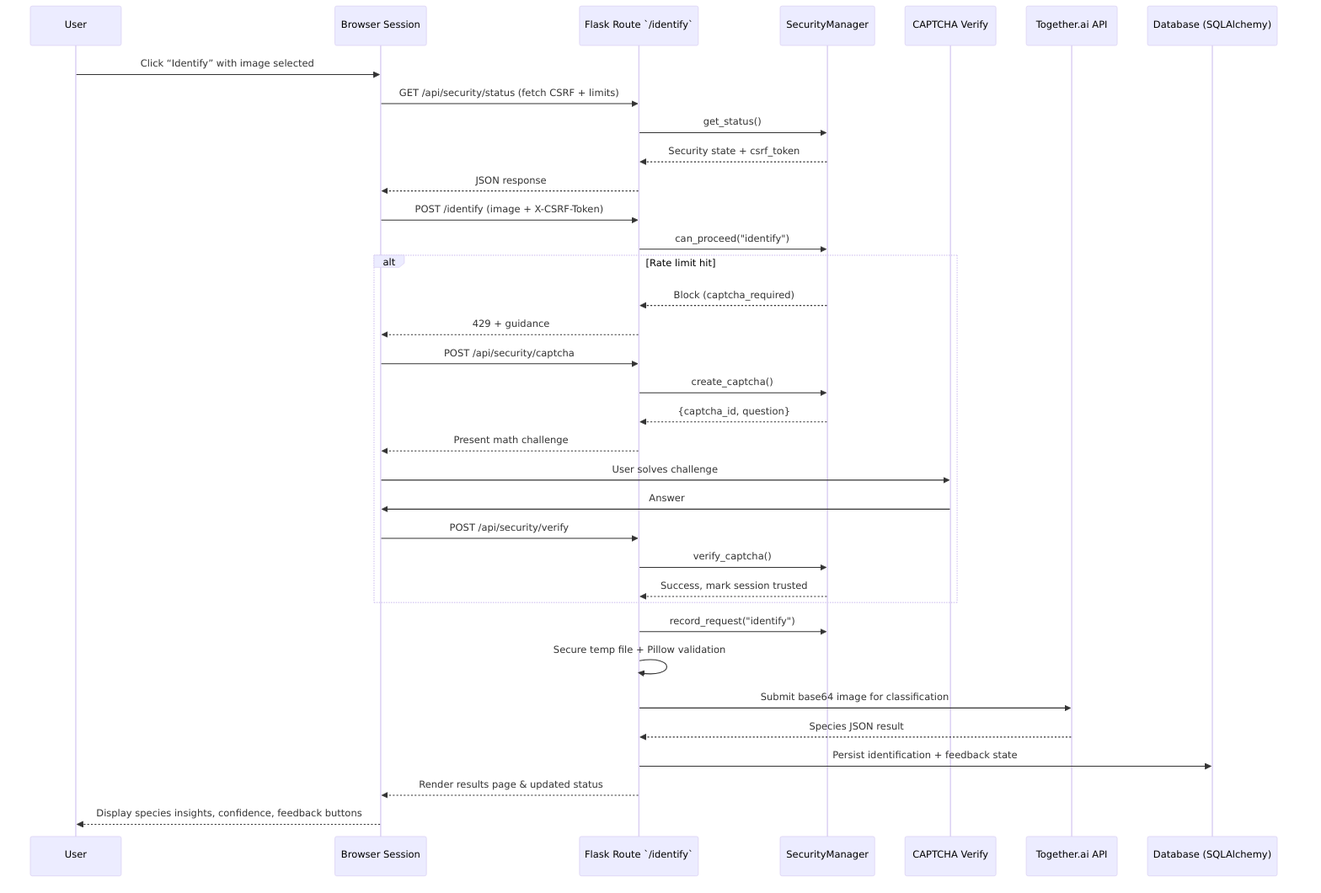
Earlier version of the Mermaid export public/images/security-flow.png (Red-Turtles/Proof-Of-Concept-Demo). Its source is kept beside it as docs/diagram_sources/security-flow.mmd.
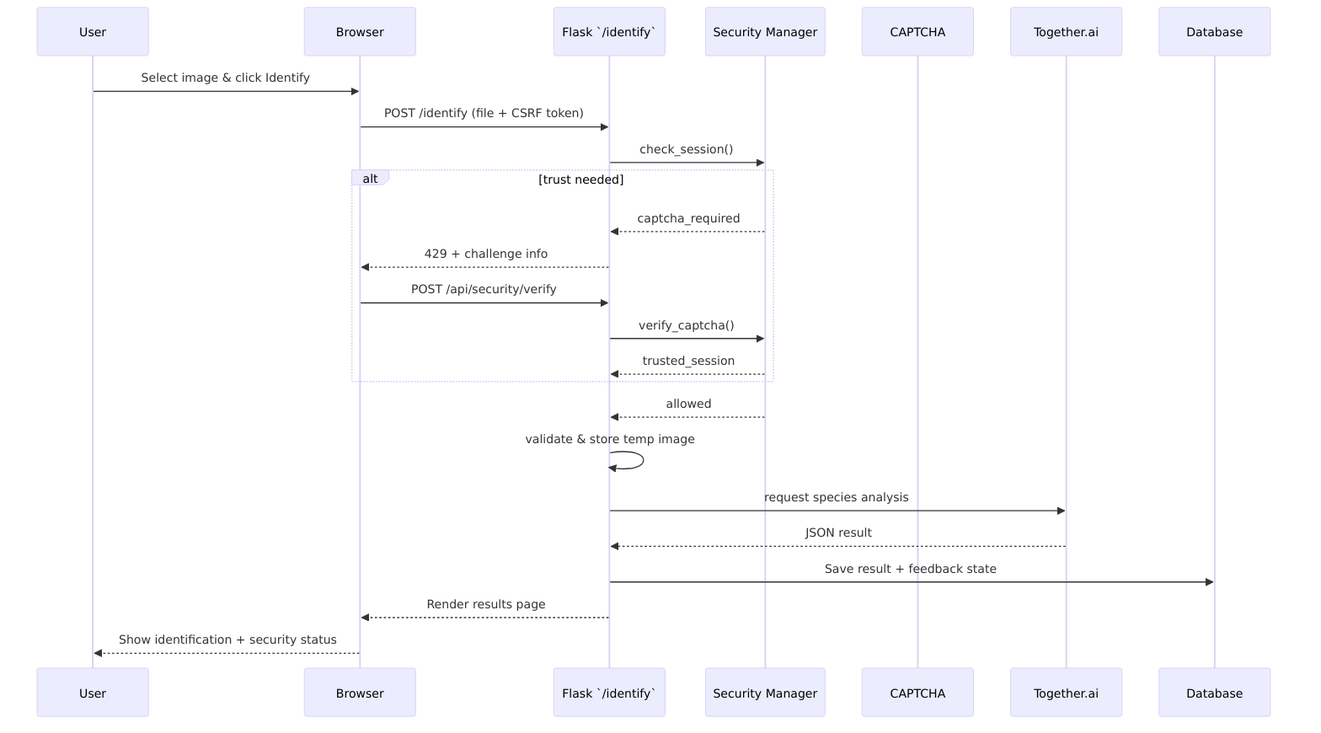
After the change.

Commit message:
Refactor: Update diagrams and simplify security concepts

Change to the diagram source:
```diff
@@ -1,39 +1,28 @@
 sequenceDiagram
-    participant U as User
-    participant B as Browser Session
-    participant F as Flask Route `/identify`
-    participant S as SecurityManager
-    participant C as CAPTCHA Verify
-    participant T as Together.ai API
-    participant D as Database (SQLAlchemy)
+    participant User
+    participant Browser
+    participant Flask as Flask `/identify`
+    participant Guard as Security Manager
+    participant Captcha as CAPTCHA
+    participant Together as Together.ai
+    participant DB as Database
 
-    U->>B: Click “Identify” with image selected
-    B->>F: GET /api/security/status (fetch CSRF + limits)
-    F->>S: get_status()
-    S-->>F: Security state + csrf_token
-    F-->>B: JSON response
+    User->>Browser: Select image & click Identify
+    Browser->>Flask: POST /identify (file + CSRF token)
+    Flask->>Guard: check_session()
 
-    B->>F: POST /identify (image + X-CSRF-Token)
-    F->>S: can_proceed("identify")
-
-    alt Rate limit hit
-        S-->>F: Block (captcha_required)
-        F-->>B: 429 + guidance
-        B->>F: POST /api/security/captcha
-        F->>S: create_captcha()
-        S-->>F: {captcha_id, question}
-        F-->>B: Present math challenge
-        B->>C: User solves challenge
-        C->>B: Answer
-        B->>F: POST /api/security/verify
-        F->>S: verify_captcha()
-        S-->>F: Success, mark session trusted
+    alt trust needed
+        Guard-->>Flask: captcha_required
+        Flask-->>Browser: 429 + challenge info
+        Browser->>Flask: POST /api/security/verify
+        Flask->>Guard: verify_captcha()
+        Guard-->>Flask: trusted_session
     end
 
-    F->>S: record_request("identify")
-    F->>F: Secure temp file + Pillow validation
-    F->>T: Submit base64 image for classification
-    T-->>F: Species JSON result
-    F->>D: Persist identification + feedback state
-    F-->>B: Render results page & updated status
-    B-->>U: Display species insights, confidence, feedback buttons
+    Guard-->>Flask: allowed
+    Flask->>Flask: validate & store temp image
+    Flask->>Together: request species analysis
+    Together-->>Flask: JSON result
+    Flask->>DB: Save result + feedback state
+    Flask-->>Browser: Render results page
+    Browser-->>User: Show identification + security status
```
